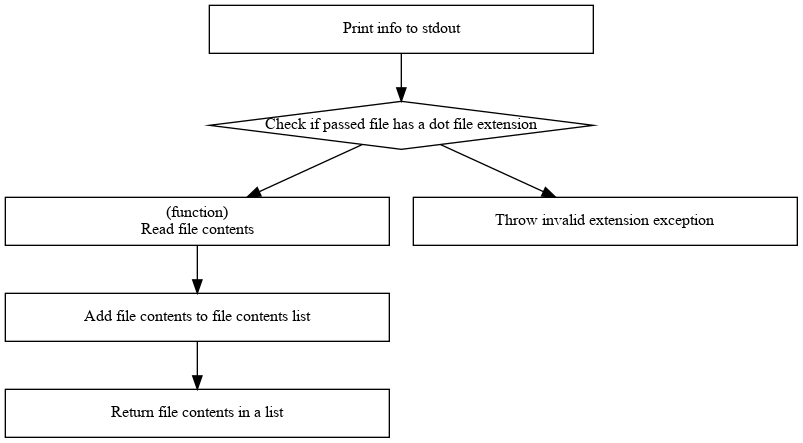
Before: wiki/images/flowcharts/Reader/read-single-file.png, a diagram exported from Graphviz (AVanDeBrook/c-dependency-graph). Its source is kept beside it as wiki/dot-sources/flowcharts/Reader/read-single-file.dot.
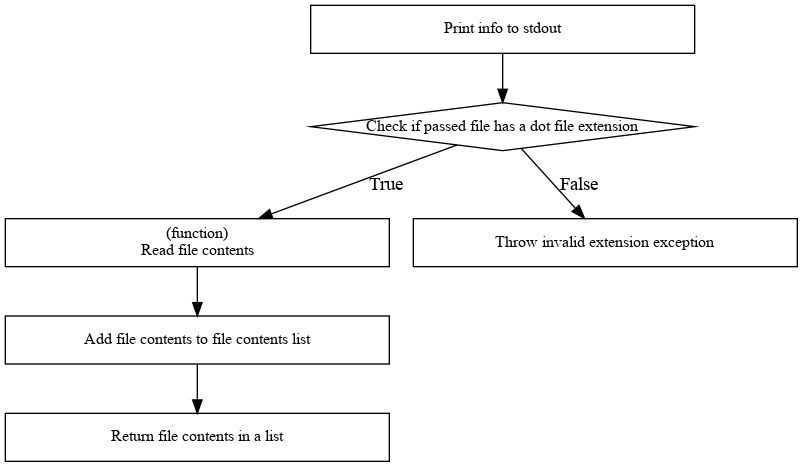
After the commit.

Change to the diagram source:
```diff
@@ -9,6 +9,9 @@
     throw_exception [label="Throw invalid extension exception"];
     return_list [label="Return file contents in a list"];
 
-    print_info -> check_dot_file -> read_file -> add_contents -> return_list;
-    check_dot_file -> throw_exception;
+    print_info -> check_dot_file;
+	check_dot_file -> read_file [label="True"];
+	read_file -> add_contents;
+	add_contents -> return_list;
+    check_dot_file -> throw_exception [label="False"];
 }
```
